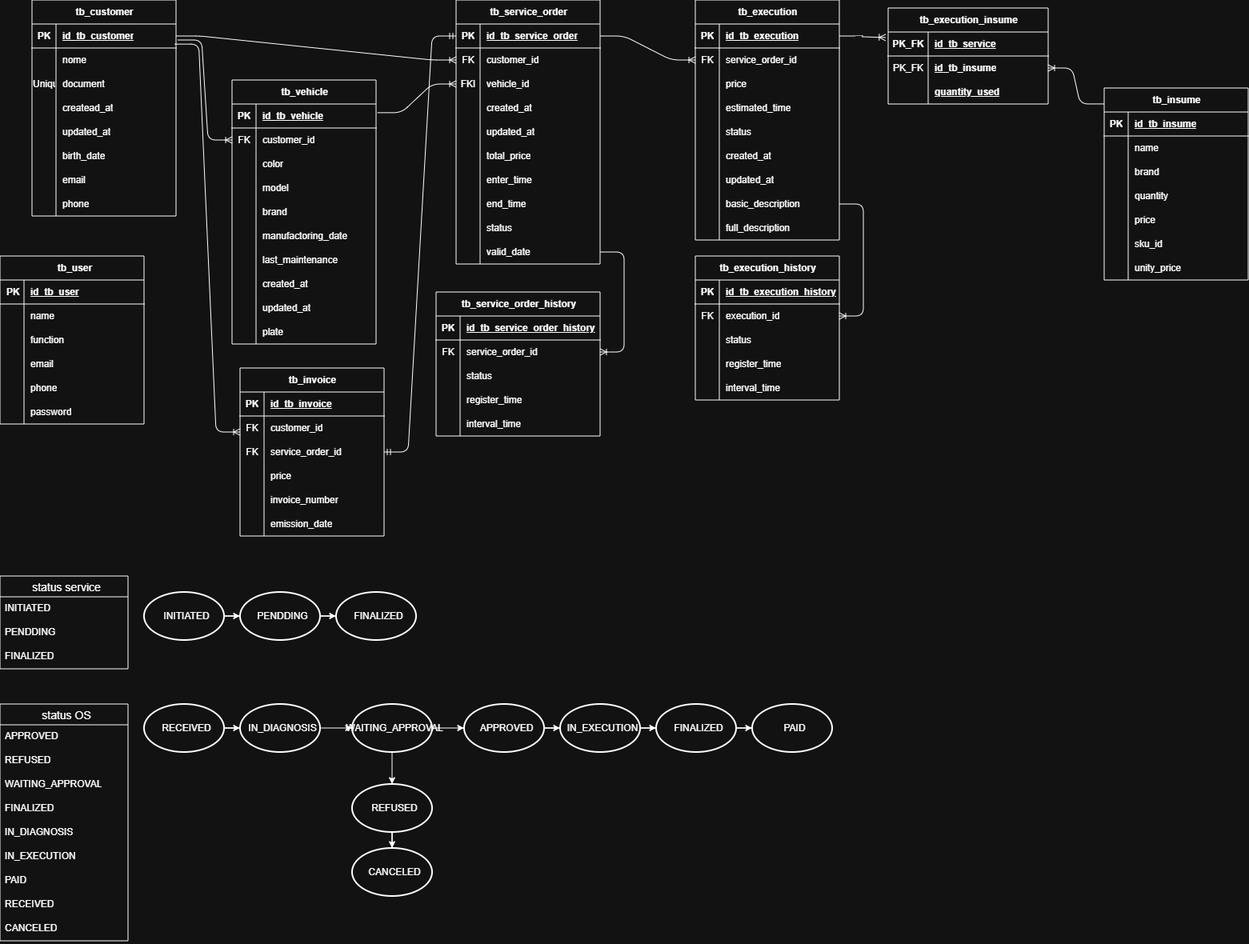
This is docs/delivery/database-er-diagram.png from tech-challenge-fiap-repairshop/tech-challenge-repairshop-app, a draw.io export, as it was before one commit. Source tidied: cells renumbered, new cells last; positions are measured from the earlier drawing's top-left corner, leaving out a move shared by most shapes.
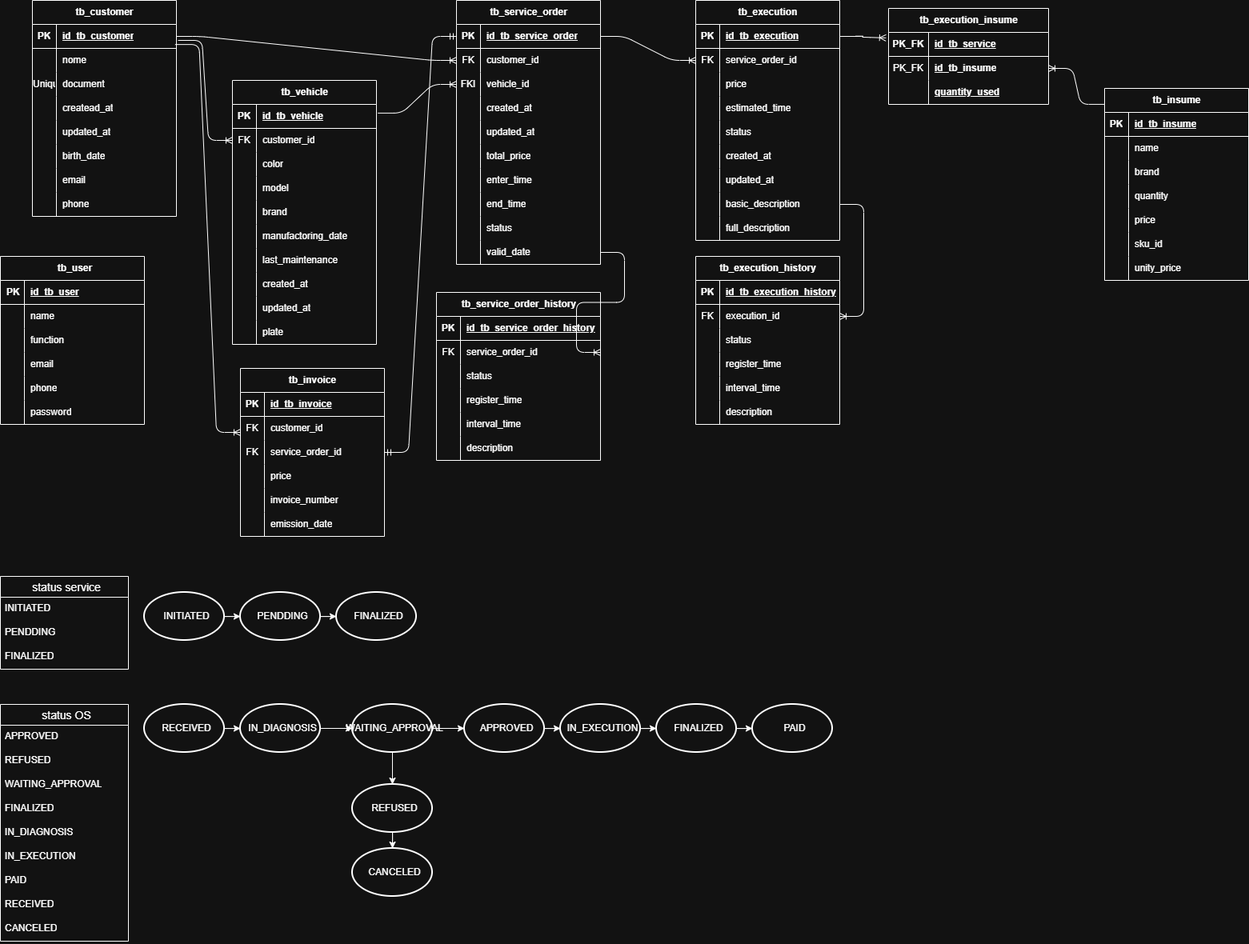
The same diagram one commit later.

Commit message:
* Ajuste de imagem do diagramva ER * removendo arquivos desnecessarios de mvn

Diff of the diagram source:
```diff
@@ -438,7 +438,7 @@
       <mxGeometry x="420" y="740" width="100" height="60" as="geometry" />
     </mxCell>
     <mxCell id="147" value="tb_execution_history" style="shape=table;startSize=30;rowLines=0;fontStyle=1;align=center;html=1;" parent="1" vertex="1">
-      <mxGeometry x="869" y="320" width="180" height="180" as="geometry" />
+      <mxGeometry x="869" y="320" width="180" height="210" as="geometry" />
     </mxCell>
     <mxCell id="148" style="shape=tableRow;horizontal=0;startSize=0;swimlaneHead=0;swimlaneBody=0;fillColor=none;top=0;left=0;right=0;bottom=1;" parent="147" vertex="1">
       <mxGeometry y="30" width="180" height="30" as="geometry" />
@@ -485,8 +485,17 @@
     <mxCell id="162" value="interval_time" style="shape=partialRectangle;fillColor=none;top=0;left=0;bottom=0;right=0;align=left;spacingLeft=6;overflow=hidden;whiteSpace=wrap;html=1;" parent="160" vertex="1">
       <mxGeometry x="30" width="150" height="30" as="geometry" />
     </mxCell>
+    <mxCell id="265" style="shape=tableRow;horizontal=0;startSize=0;swimlaneHead=0;swimlaneBody=0;fillColor=none;top=0;left=0;right=0;bottom=0;" parent="147" vertex="1">
+      <mxGeometry y="180" width="180" height="30" as="geometry" />
+    </mxCell>
+    <mxCell id="266" style="shape=partialRectangle;fillColor=none;top=0;left=0;bottom=0;right=0;overflow=hidden;whiteSpace=wrap;html=1;" parent="265" vertex="1">
+      <mxGeometry width="30" height="30" as="geometry" />
+    </mxCell>
+    <mxCell id="267" value="description" style="shape=partialRectangle;fillColor=none;top=0;left=0;bottom=0;right=0;align=left;spacingLeft=6;overflow=hidden;whiteSpace=wrap;html=1;" parent="265" vertex="1">
+      <mxGeometry x="30" width="150" height="30" as="geometry" />
+    </mxCell>
     <mxCell id="163" value="tb_service_order_history" style="shape=table;startSize=30;rowLines=0;fontStyle=1;align=center;html=1;" parent="1" vertex="1">
-      <mxGeometry x="545" y="365" width="205" height="180" as="geometry" />
+      <mxGeometry x="545" y="365" width="205" height="210" as="geometry" />
     </mxCell>
     <mxCell id="164" style="shape=tableRow;horizontal=0;startSize=0;swimlaneHead=0;swimlaneBody=0;fillColor=none;top=0;left=0;right=0;bottom=1;" parent="163" vertex="1">
       <mxGeometry y="30" width="205" height="30" as="geometry" />
@@ -533,6 +542,15 @@
     <mxCell id="178" value="interval_time" style="shape=partialRectangle;fillColor=none;top=0;left=0;bottom=0;right=0;align=left;spacingLeft=6;overflow=hidden;whiteSpace=wrap;html=1;" parent="176" vertex="1">
       <mxGeometry x="30" width="175" height="30" as="geometry" />
     </mxCell>
+    <mxCell id="268" style="shape=tableRow;horizontal=0;startSize=0;swimlaneHead=0;swimlaneBody=0;fillColor=none;top=0;left=0;right=0;bottom=0;" parent="163" vertex="1">
+      <mxGeometry y="180" width="205" height="30" as="geometry" />
+    </mxCell>
+    <mxCell id="269" style="shape=partialRectangle;fillColor=none;top=0;left=0;bottom=0;right=0;overflow=hidden;whiteSpace=wrap;html=1;" parent="268" vertex="1">
+      <mxGeometry width="30" height="30" as="geometry" />
+    </mxCell>
+    <mxCell id="270" value="description" style="shape=partialRectangle;fillColor=none;top=0;left=0;bottom=0;right=0;align=left;spacingLeft=6;overflow=hidden;whiteSpace=wrap;html=1;" parent="268" vertex="1">
+      <mxGeometry x="30" width="175" height="30" as="geometry" />
+    </mxCell>
     <mxCell id="179" value="tb_execution" style="shape=table;startSize=30;rowLines=0;fontStyle=1;align=center;html=1;" parent="1" vertex="1">
       <mxGeometry x="869" width="180" height="300" as="geometry" />
     </mxCell>
```
